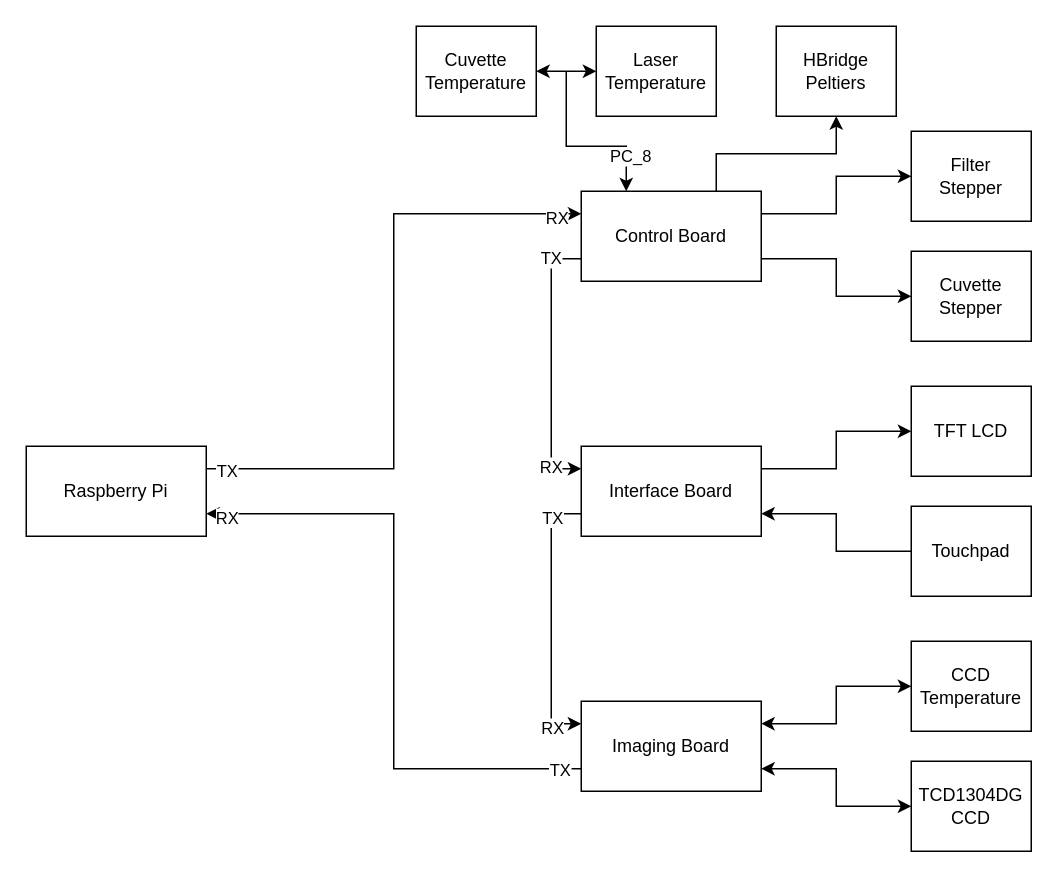
btw-ILTG/WWU-Raman-build keeps this draw.io diagram as Documentation/ramanPiBlockDiagram.drawio. Above is the earlier version. Source tidied: cells renumbered, new cells numbered last; positions are measured from the earlier drawing's top-left corner, leaving out a move shared by most shapes. Both pictures are drawn from the tidied source at 150%, with x=0, y=0 at pixel (26, 26).
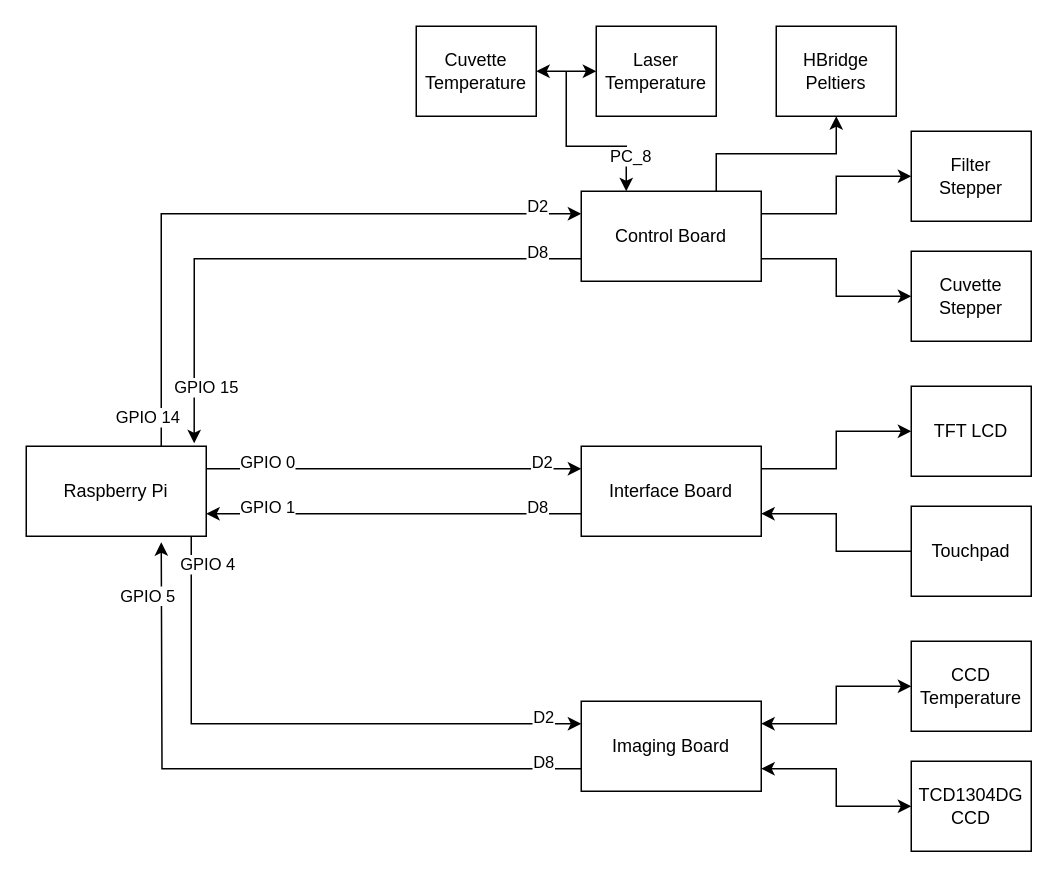
The same diagram, later.

Commit message:
Updated block diagram to reflect not daisy chain serial

The change refers to these unchanged cells:
```xml
<mxCell id="5" value="Raspberry Pi" style="rounded=0;whiteSpace=wrap;html=1;" parent="1" vertex="1">
  <mxGeometry y="280" width="120" height="60" as="geometry" />
</mxCell>
<mxCell id="12" value="Control Board" style="rounded=0;whiteSpace=wrap;html=1;" parent="1" vertex="1">
  <mxGeometry x="370" y="110" width="120" height="60" as="geometry" />
</mxCell>
<mxCell id="17" value="Interface Board" style="rounded=0;whiteSpace=wrap;html=1;" parent="1" vertex="1">
  <mxGeometry x="370" y="280" width="120" height="60" as="geometry" />
</mxCell>
<mxCell id="21" value="Imaging Board" style="whiteSpace=wrap;html=1;" parent="1" vertex="1">
  <mxGeometry x="370" y="450" width="120" height="60" as="geometry" />
</mxCell>
```

Change to the diagram source:
```diff
@@
-    <mxCell id="2" style="edgeStyle=orthogonalEdgeStyle;rounded=0;jettySize=auto;html=1;exitX=1;exitY=0.25;exitDx=0;exitDy=0;entryX=0;entryY=0.25;entryDx=0;entryDy=0;" parent="1" edge="1" source="5" target="12">
+    <mxCell id="2" style="edgeStyle=orthogonalEdgeStyle;rounded=0;jettySize=auto;html=1;exitX=0.75;exitY=0;exitDx=0;exitDy=0;entryX=0;entryY=0.25;entryDx=0;entryDy=0;" parent="1" edge="1" source="5" target="12">
       <mxGeometry relative="1" as="geometry" />
     </mxCell>
-    <mxCell id="3" value="TX" style="edgeLabel;html=1;align=center;verticalAlign=middle;" parent="2" vertex="1">
-      <mxGeometry x="-0.94" y="-1" relative="1" as="geometry" />
+    <mxCell id="3" value="GPIO 14" style="edgeLabel;html=1;align=center;verticalAlign=middle;" parent="2" vertex="1">
+      <mxGeometry x="-0.94" y="-1" relative="1" as="geometry">
+        <mxPoint x="-11" y="-7" as="offset" />
+      </mxGeometry>
     </mxCell>
-    <mxCell id="4" value="RX" style="edgeLabel;html=1;align=center;verticalAlign=middle;" parent="2" vertex="1">
-      <mxGeometry x="0.92" y="-2" relative="1" as="geometry" />
+    <mxCell id="4" value="D2" style="edgeLabel;html=1;align=center;verticalAlign=middle;" parent="2" vertex="1">
+      <mxGeometry x="0.92" y="-2" relative="1" as="geometry">
+        <mxPoint x="-13" y="-7" as="offset" />
+      </mxGeometry>
     </mxCell>
+    <mxCell id="38" style="edgeStyle=orthogonalEdgeStyle;rounded=0;jettySize=auto;html=1;exitX=1;exitY=0.25;exitDx=0;exitDy=0;entryX=0;entryY=0.25;entryDx=0;entryDy=0;" parent="1" edge="1" source="5" target="17">
+      <mxGeometry relative="1" as="geometry" />
+    </mxCell>
+    <mxCell id="39" value="GPIO 0" style="edgeLabel;html=1;align=center;verticalAlign=middle;" parent="38" vertex="1">
+      <mxGeometry x="-0.86" y="-1" relative="1" as="geometry">
+        <mxPoint x="22" y="-6" as="offset" />
+      </mxGeometry>
+    </mxCell>
+    <mxCell id="40" value="D2" style="edgeLabel;html=1;align=center;verticalAlign=middle;" parent="38" vertex="1">
+      <mxGeometry x="0.78" y="-1" relative="1" as="geometry">
+        <mxPoint y="-6" as="offset" />
+      </mxGeometry>
+    </mxCell>
+    <mxCell id="41" style="edgeStyle=orthogonalEdgeStyle;rounded=0;jettySize=auto;html=1;exitX=1;exitY=1;exitDx=0;exitDy=0;entryX=0;entryY=0.25;entryDx=0;entryDy=0;" parent="1" edge="1" source="5" target="21">
+      <mxGeometry relative="1" as="geometry">
+        <Array as="points">
+          <mxPoint x="110" y="340" />
+          <mxPoint x="110" y="465" />
+        </Array>
+      </mxGeometry>
+    </mxCell>
+    <mxCell id="42" value="GPIO 4" style="edgeLabel;html=1;align=center;verticalAlign=middle;" parent="41" vertex="1">
+      <mxGeometry x="-0.86" relative="1" as="geometry">
+        <mxPoint x="10" as="offset" />
+      </mxGeometry>
+    </mxCell>
+    <mxCell id="43" value="D2" style="edgeLabel;html=1;align=center;verticalAlign=middle;" parent="41" vertex="1">
+      <mxGeometry x="0.87" relative="1" as="geometry">
+        <mxPoint y="-5" as="offset" />
+      </mxGeometry>
+    </mxCell>
@@
-    <mxCell id="6" style="edgeStyle=orthogonalEdgeStyle;rounded=0;jettySize=auto;html=1;exitX=0;exitY=0.75;exitDx=0;exitDy=0;entryX=0;entryY=0.25;entryDx=0;entryDy=0;" parent="1" edge="1" source="12" target="17">
+    <mxCell id="6" style="edgeStyle=orthogonalEdgeStyle;rounded=0;jettySize=auto;html=1;exitX=0;exitY=0.75;exitDx=0;exitDy=0;entryX=0.933;entryY=-0.033;entryDx=0;entryDy=0;entryPerimeter=0;" parent="1" edge="1" source="12" target="5">
       <mxGeometry relative="1" as="geometry" />
     </mxCell>
-    <mxCell id="7" value="TX" style="edgeLabel;html=1;align=center;verticalAlign=middle;" parent="6" vertex="1">
+    <mxCell id="7" value="D8" style="edgeLabel;html=1;align=center;verticalAlign=middle;" parent="6" vertex="1">
       <mxGeometry x="-0.78" y="-1" relative="1" as="geometry">
-        <mxPoint y="-1" as="offset" />
+        <mxPoint x="12" y="-4" as="offset" />
       </mxGeometry>
     </mxCell>
-    <mxCell id="8" value="RX" style="edgeLabel;html=1;align=center;verticalAlign=middle;" parent="6" vertex="1">
-      <mxGeometry x="0.76" y="-1" relative="1" as="geometry" />
+    <mxCell id="8" value="GPIO 15" style="edgeLabel;html=1;align=center;verticalAlign=middle;" parent="6" vertex="1">
+      <mxGeometry x="0.76" y="-1" relative="1" as="geometry">
+        <mxPoint x="9" y="9" as="offset" />
+      </mxGeometry>
     </mxCell>
@@
-    <mxCell id="13" style="edgeStyle=orthogonalEdgeStyle;rounded=0;jettySize=auto;html=1;exitX=0;exitY=0.75;exitDx=0;exitDy=0;entryX=0;entryY=0.25;entryDx=0;entryDy=0;" parent="1" edge="1" source="17" target="21">
+    <mxCell id="13" style="edgeStyle=orthogonalEdgeStyle;rounded=0;jettySize=auto;html=1;exitX=0;exitY=0.75;exitDx=0;exitDy=0;entryX=1;entryY=0.75;entryDx=0;entryDy=0;" parent="1" edge="1" source="17" target="5">
       <mxGeometry relative="1" as="geometry" />
     </mxCell>
-    <mxCell id="14" value="TX" style="edgeLabel;html=1;align=center;verticalAlign=middle;" parent="13" vertex="1">
-      <mxGeometry x="-0.76" relative="1" as="geometry" />
-    </mxCell>
-    <mxCell id="15" value="RX" style="edgeLabel;html=1;align=center;verticalAlign=middle;" parent="13" vertex="1">
-      <mxGeometry x="0.78" y="-2" relative="1" as="geometry" />
-    </mxCell>
+    <mxCell id="44" value="D8" style="edgeLabel;html=1;align=center;verticalAlign=middle;" parent="13" vertex="1">
+      <mxGeometry x="-0.78" y="1" relative="1" as="geometry">
+        <mxPoint x="-3" y="-6" as="offset" />
+      </mxGeometry>
+    </mxCell>
+    <mxCell id="45" value="GPIO 1" style="edgeLabel;html=1;align=center;verticalAlign=middle;" parent="13" vertex="1">
+      <mxGeometry x="0.8" y="1" relative="1" as="geometry">
+        <mxPoint x="15" y="-6" as="offset" />
+      </mxGeometry>
+    </mxCell>
@@
-    <mxCell id="18" style="edgeStyle=orthogonalEdgeStyle;rounded=0;jettySize=auto;html=1;exitX=0;exitY=0.75;exitDx=0;exitDy=0;entryX=1;entryY=0.75;entryDx=0;entryDy=0;" parent="1" edge="1" source="21" target="5">
-      <mxGeometry relative="1" as="geometry" />
+    <mxCell id="18" style="edgeStyle=orthogonalEdgeStyle;rounded=0;jettySize=auto;html=1;exitX=0;exitY=0.75;exitDx=0;exitDy=0;" parent="1" edge="1" source="21">
+      <mxGeometry relative="1" as="geometry">
+        <mxPoint x="90" y="344" as="targetPoint" />
+      </mxGeometry>
     </mxCell>
-    <mxCell id="19" value="TX" style="edgeLabel;html=1;align=center;verticalAlign=middle;" parent="18" vertex="1">
-      <mxGeometry x="-0.93" relative="1" as="geometry" />
-    </mxCell>
-    <mxCell id="20" value="RX" style="edgeLabel;html=1;align=center;verticalAlign=middle;" parent="18" vertex="1">
-      <mxGeometry x="0.94" y="2" relative="1" as="geometry" />
-    </mxCell>
+    <mxCell id="46" value="GPIO 5" style="edgeLabel;html=1;align=center;verticalAlign=middle;" parent="18" vertex="1">
+      <mxGeometry x="0.88" y="1" relative="1" as="geometry">
+        <mxPoint x="-9" y="10" as="offset" />
+      </mxGeometry>
+    </mxCell>
+    <mxCell id="47" value="D8" style="edgeLabel;html=1;align=center;verticalAlign=middle;" parent="18" vertex="1">
+      <mxGeometry x="-0.88" y="1" relative="1" as="geometry">
+        <mxPoint y="-6" as="offset" />
+      </mxGeometry>
+    </mxCell>
```
